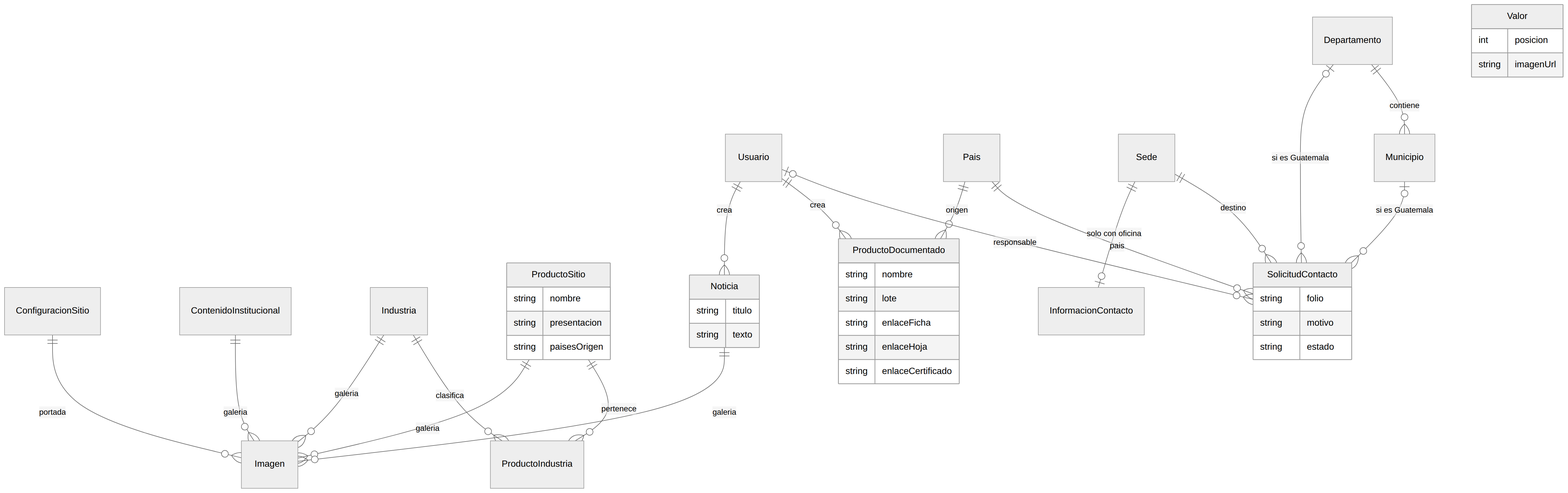
jordin-garcia/proyecto_incovsa keeps this Mermaid diagram as entregable-3/documento-1/figuras/figura-8-modelo-er-sitio.png. Above is the earlier version. Its source is kept beside it as entregable-1/diagramas/figura-8-modelo-er-sitio.mmd. Its diagram source:
```mermaid
erDiagram
    ConfiguracionSitio ||--o{ Imagen : portada
    ContenidoInstitucional ||--o{ Imagen : galeria
    Industria ||--o{ Imagen : galeria
    ProductoSitio ||--o{ Imagen : galeria
    Noticia ||--o{ Imagen : galeria
    Industria ||--o{ ProductoIndustria : clasifica
    ProductoSitio ||--o{ ProductoIndustria : pertenece
    Usuario ||--o{ Noticia : crea
    Pais ||--o{ ProductoDocumentado : origen
    Usuario ||--o{ ProductoDocumentado : crea
    Sede ||--o| InformacionContacto : "solo con oficina"
    Sede ||--o{ SolicitudContacto : destino
    Pais ||--o{ SolicitudContacto : pais
    Departamento |o--o{ SolicitudContacto : "si es Guatemala"
    Municipio |o--o{ SolicitudContacto : "si es Guatemala"
    Departamento ||--o{ Municipio : contiene
    Usuario |o--o{ SolicitudContacto : responsable

    Valor {
        int posicion
        string imagenUrl
    }
    ProductoSitio {
        string nombre
        string presentacion
        string paisesOrigen
    }
    ProductoDocumentado {
        string nombre
        string lote
        string enlaceFicha
        string enlaceHoja
        string enlaceCertificado
    }
    SolicitudContacto {
        string folio
        string motivo
        string estado
    }
    Noticia {
        string titulo
        string texto
    }
```
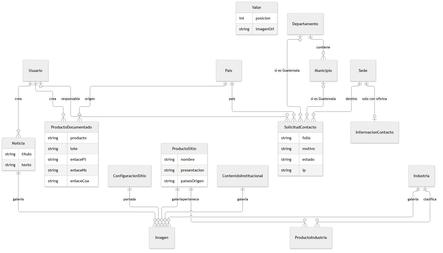
Later version of the same file.

What changed in the source:
```diff
@@ -27,16 +27,17 @@
         string paisesOrigen
     }
     ProductoDocumentado {
-        string nombre
+        string producto
         string lote
-        string enlaceFicha
-        string enlaceHoja
-        string enlaceCertificado
+        string enlaceFt
+        string enlaceHs
+        string enlaceCoa
     }
     SolicitudContacto {
         string folio
         string motivo
         string estado
+        string ip
     }
     Noticia {
         string titulo
```
